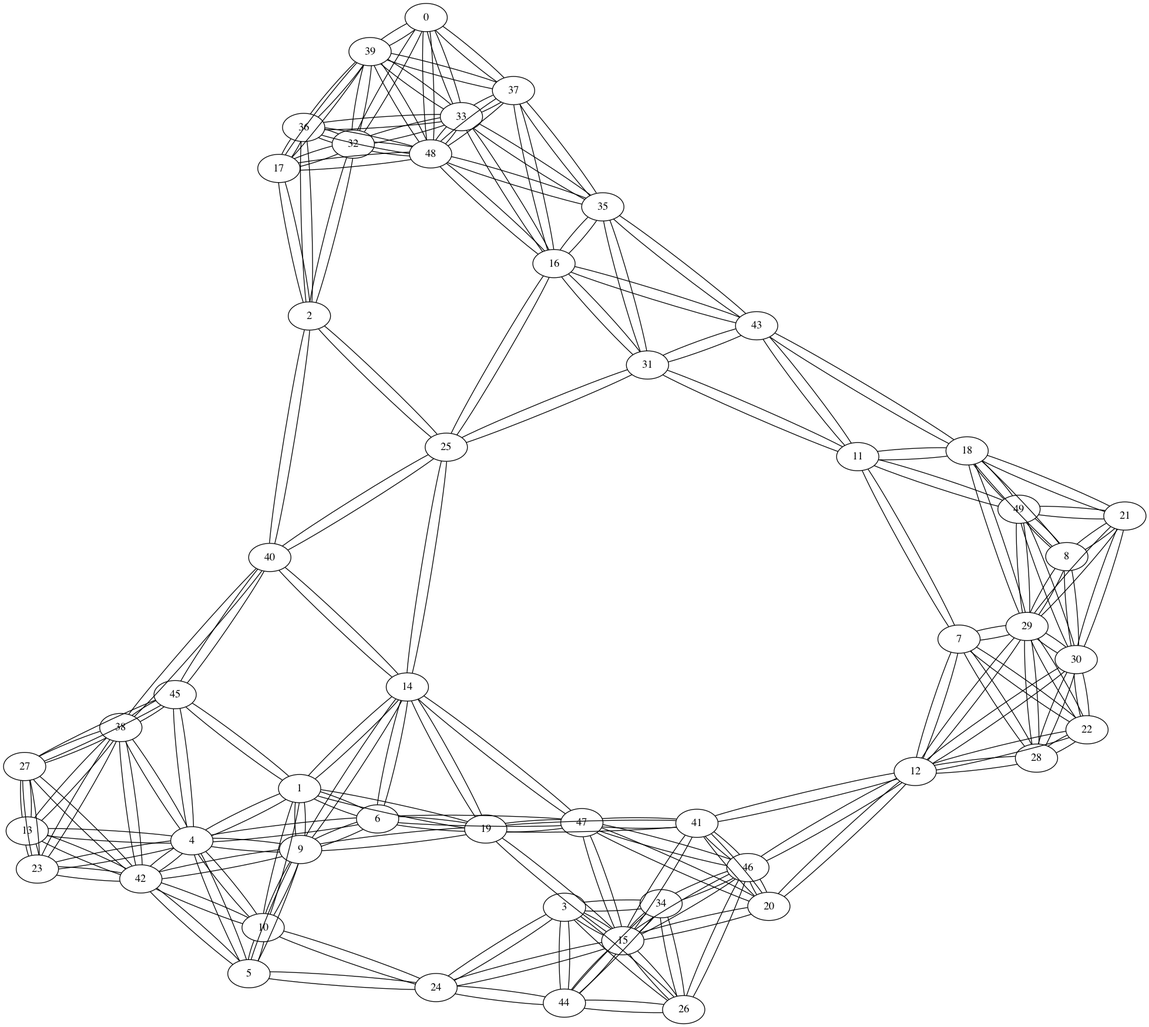
The Graphviz diagram test-output/round-table.gv.png in lucianowayand/Grafos, before a commit. Its source is kept beside it as test-output/round-table.gv. The source it was exported from:
```dot
graph Grafo {
	0 [label=0]
	1 [label=1]
	2 [label=2]
	3 [label=3]
	4 [label=4]
	5 [label=5]
	6 [label=6]
	7 [label=7]
	8 [label=8]
	9 [label=9]
	10 [label=10]
	11 [label=11]
	12 [label=12]
	13 [label=13]
	14 [label=14]
	15 [label=15]
	16 [label=16]
	17 [label=17]
	18 [label=18]
	19 [label=19]
	20 [label=20]
	21 [label=21]
	22 [label=22]
	23 [label=23]
	24 [label=24]
	25 [label=25]
	26 [label=26]
	27 [label=27]
	28 [label=28]
	29 [label=29]
	30 [label=30]
	31 [label=31]
	32 [label=32]
	33 [label=33]
	34 [label=34]
	35 [label=35]
	36 [label=36]
	37 [label=37]
	38 [label=38]
	39 [label=39]
	40 [label=40]
	41 [label=41]
	42 [label=42]
	43 [label=43]
	44 [label=44]
	45 [label=45]
	46 [label=46]
	47 [label=47]
	48 [label=48]
	49 [label=49]
	0 -- 39
	0 -- 33
	0 -- 48
	0 -- 32
	0 -- 37
	1 -- 6
	1 -- 9
	1 -- 14
	1 -- 4
	1 -- 10
	1 -- 19
	1 -- 45
	2 -- 40
	2 -- 17
	2 -- 25
	2 -- 32
	2 -- 36
	3 -- 44
	3 -- 34
	3 -- 15
	3 -- 26
	3 -- 24
	4 -- 1
	4 -- 42
	4 -- 9
	4 -- 10
	4 -- 6
	4 -- 5
	4 -- 13
	4 -- 23
	4 -- 38
	4 -- 45
	5 -- 10
	5 -- 9
	5 -- 4
	5 -- 42
	5 -- 24
	6 -- 1
	6 -- 4
	6 -- 9
	6 -- 14
	6 -- 19
	6 -- 47
	7 -- 22
	7 -- 28
	7 -- 11
	7 -- 29
	7 -- 12
	8 -- 49
	8 -- 30
	8 -- 29
	8 -- 21
	8 -- 18
	9 -- 1
	9 -- 4
	9 -- 5
	9 -- 6
	9 -- 10
	9 -- 14
	9 -- 19
	9 -- 42
	10 -- 1
	10 -- 4
	10 -- 5
	10 -- 9
	10 -- 42
	10 -- 24
	11 -- 7
	11 -- 18
	11 -- 31
	11 -- 43
	11 -- 49
	12 -- 7
	12 -- 28
	12 -- 22
	12 -- 30
	12 -- 29
	12 -- 41
	12 -- 20
	12 -- 46
	13 -- 27
	13 -- 42
	13 -- 4
	13 -- 38
	13 -- 23
	14 -- 1
	14 -- 6
	14 -- 9
	14 -- 19
	14 -- 47
	14 -- 25
	14 -- 40
	15 -- 3
	15 -- 47
	15 -- 20
	15 -- 41
	15 -- 19
	15 -- 46
	15 -- 24
	15 -- 26
	15 -- 34
	15 -- 44
	16 -- 35
	16 -- 31
	16 -- 48
	16 -- 33
	16 -- 25
	16 -- 37
	16 -- 43
	17 -- 2
	17 -- 36
	17 -- 32
	17 -- 39
	17 -- 48
	18 -- 8
	18 -- 11
	18 -- 49
	18 -- 29
	18 -- 21
	18 -- 43
	19 -- 6
	19 -- 14
	19 -- 15
	19 -- 47
	19 -- 1
	19 -- 9
	19 -- 41
	20 -- 15
	20 -- 41
	20 -- 46
	20 -- 47
	20 -- 12
	21 -- 8
	21 -- 18
	21 -- 49
	21 -- 29
	21 -- 30
	22 -- 7
	22 -- 12
	22 -- 28
	22 -- 30
	22 -- 29
	23 -- 13
	23 -- 27
	23 -- 42
	23 -- 38
	23 -- 4
	24 -- 3
	24 -- 5
	24 -- 44
	24 -- 10
	24 -- 15
	25 -- 2
	25 -- 16
	25 -- 40
	25 -- 31
	25 -- 14
	26 -- 3
	26 -- 34
	26 -- 44
	26 -- 46
	26 -- 15
	27 -- 13
	27 -- 23
	27 -- 38
	27 -- 45
	27 -- 42
	28 -- 7
	28 -- 12
	28 -- 22
	28 -- 30
	28 -- 29
	29 -- 7
	29 -- 8
	29 -- 12
	29 -- 18
	29 -- 21
	29 -- 22
	29 -- 28
	29 -- 30
	29 -- 49
	30 -- 8
	30 -- 12
	30 -- 21
	30 -- 22
	30 -- 28
	30 -- 29
	30 -- 49
	31 -- 11
	31 -- 16
	31 -- 25
	31 -- 35
	31 -- 43
	32 -- 0
	32 -- 2
	32 -- 17
	32 -- 36
	32 -- 39
	32 -- 48
	32 -- 33
	33 -- 0
	33 -- 16
	33 -- 32
	33 -- 48
	33 -- 39
	33 -- 37
	33 -- 35
	33 -- 36
	34 -- 3
	34 -- 26
	34 -- 44
	34 -- 46
	34 -- 15
	35 -- 16
	35 -- 31
	35 -- 43
	35 -- 33
	35 -- 48
	35 -- 37
	36 -- 2
	36 -- 17
	36 -- 32
	36 -- 39
	36 -- 48
	36 -- 33
	37 -- 0
	37 -- 33
	37 -- 39
	37 -- 48
	37 -- 35
	37 -- 16
	38 -- 13
	38 -- 23
	38 -- 27
	38 -- 45
	38 -- 4
	38 -- 42
	38 -- 40
	39 -- 0
	39 -- 17
	39 -- 32
	39 -- 33
	39 -- 36
	39 -- 37
	39 -- 48
	40 -- 2
	40 -- 25
	40 -- 45
	40 -- 38
	40 -- 14
	41 -- 12
	41 -- 15
	41 -- 20
	41 -- 46
	41 -- 47
	41 -- 19
	42 -- 4
	42 -- 5
	42 -- 10
	42 -- 13
	42 -- 23
	42 -- 27
	42 -- 38
	42 -- 9
	43 -- 11
	43 -- 31
	43 -- 35
	43 -- 16
	43 -- 18
	44 -- 3
	44 -- 24
	44 -- 26
	44 -- 34
	44 -- 15
	45 -- 27
	45 -- 38
	45 -- 40
	45 -- 4
	45 -- 1
	46 -- 15
	46 -- 20
	46 -- 26
	46 -- 34
	46 -- 41
	46 -- 12
	46 -- 47
	47 -- 14
	47 -- 15
	47 -- 19
	47 -- 20
	47 -- 41
	47 -- 46
	47 -- 6
	48 -- 0
	48 -- 16
	48 -- 17
	48 -- 32
	48 -- 33
	48 -- 35
	48 -- 36
	48 -- 37
	48 -- 39
	49 -- 8
	49 -- 11
	49 -- 18
	49 -- 21
	49 -- 29
	49 -- 30
}
```
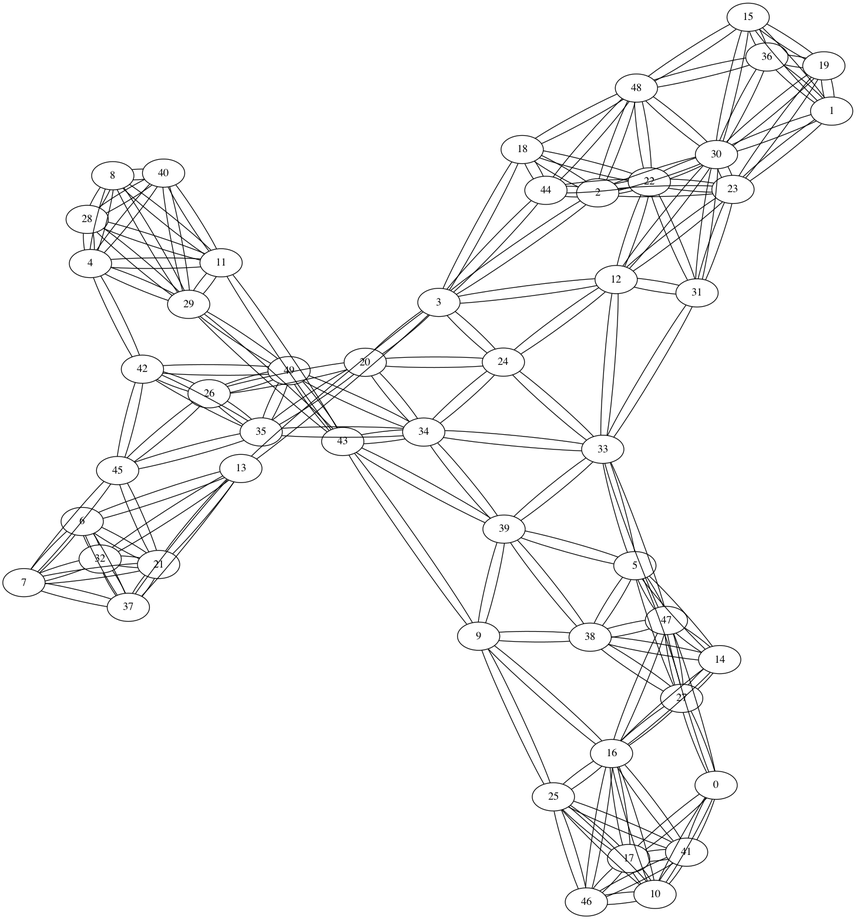
After the commit.

The edit, as a diff of the source:
```diff
@@ -49,312 +49,298 @@
 	47 [label=47]
 	48 [label=48]
 	49 [label=49]
-	0 -- 39
-	0 -- 33
-	0 -- 48
-	0 -- 32
-	0 -- 37
-	1 -- 6
-	1 -- 9
-	1 -- 14
-	1 -- 4
-	1 -- 10
+	0 -- 17
+	0 -- 27
+	0 -- 41
+	0 -- 10
+	0 -- 47
 	1 -- 19
-	1 -- 45
-	2 -- 40
-	2 -- 17
-	2 -- 25
-	2 -- 32
-	2 -- 36
+	1 -- 15
+	1 -- 36
+	1 -- 30
+	1 -- 23
+	2 -- 18
+	2 -- 44
+	2 -- 48
+	2 -- 22
+	2 -- 3
+	2 -- 23
+	2 -- 30
+	3 -- 2
+	3 -- 24
+	3 -- 12
 	3 -- 44
-	3 -- 34
-	3 -- 15
-	3 -- 26
-	3 -- 24
-	4 -- 1
+	3 -- 20
+	3 -- 13
+	3 -- 18
+	4 -- 29
 	4 -- 42
-	4 -- 9
-	4 -- 10
-	4 -- 6
-	4 -- 5
-	4 -- 13
-	4 -- 23
-	4 -- 38
-	4 -- 45
-	5 -- 10
-	5 -- 9
-	5 -- 4
-	5 -- 42
-	5 -- 24
-	6 -- 1
-	6 -- 4
-	6 -- 9
-	6 -- 14
-	6 -- 19
-	6 -- 47
-	7 -- 22
-	7 -- 28
-	7 -- 11
-	7 -- 29
-	7 -- 12
-	8 -- 49
-	8 -- 30
+	4 -- 11
+	4 -- 40
+	4 -- 8
+	4 -- 28
+	5 -- 33
+	5 -- 47
+	5 -- 14
+	5 -- 27
+	5 -- 39
+	5 -- 38
+	6 -- 21
+	6 -- 7
+	6 -- 32
+	6 -- 37
+	6 -- 13
+	7 -- 6
+	7 -- 21
+	7 -- 32
+	7 -- 37
+	7 -- 45
+	8 -- 4
+	8 -- 28
+	8 -- 40
+	8 -- 11
 	8 -- 29
-	8 -- 21
-	8 -- 18
-	9 -- 1
-	9 -- 4
-	9 -- 5
-	9 -- 6
-	9 -- 10
-	9 -- 14
-	9 -- 19
-	9 -- 42
-	10 -- 1
-	10 -- 4
-	10 -- 5
-	10 -- 9
-	10 -- 42
-	10 -- 24
-	11 -- 7
-	11 -- 18
-	11 -- 31
+	9 -- 25
+	9 -- 38
+	9 -- 16
+	9 -- 43
+	9 -- 39
+	10 -- 0
+	10 -- 41
+	10 -- 16
+	10 -- 17
+	10 -- 25
+	10 -- 46
+	11 -- 4
+	11 -- 8
+	11 -- 29
+	11 -- 40
+	11 -- 28
 	11 -- 43
-	11 -- 49
-	12 -- 7
-	12 -- 28
+	12 -- 3
 	12 -- 22
+	12 -- 23
+	12 -- 24
 	12 -- 30
-	12 -- 29
-	12 -- 41
-	12 -- 20
-	12 -- 46
-	13 -- 27
-	13 -- 42
-	13 -- 4
-	13 -- 38
-	13 -- 23
-	14 -- 1
-	14 -- 6
-	14 -- 9
-	14 -- 19
+	12 -- 31
+	12 -- 33
+	13 -- 6
+	13 -- 37
+	13 -- 3
+	13 -- 21
+	13 -- 32
+	14 -- 5
 	14 -- 47
-	14 -- 25
-	14 -- 40
-	15 -- 3
-	15 -- 47
-	15 -- 20
-	15 -- 41
+	14 -- 27
+	14 -- 38
+	14 -- 16
+	15 -- 1
 	15 -- 19
-	15 -- 46
-	15 -- 24
-	15 -- 26
-	15 -- 34
-	15 -- 44
-	16 -- 35
-	16 -- 31
-	16 -- 48
-	16 -- 33
+	15 -- 36
+	15 -- 30
+	15 -- 48
+	16 -- 9
+	16 -- 10
+	16 -- 14
 	16 -- 25
-	16 -- 37
-	16 -- 43
-	17 -- 2
-	17 -- 36
-	17 -- 32
-	17 -- 39
-	17 -- 48
-	18 -- 8
-	18 -- 11
-	18 -- 49
-	18 -- 29
-	18 -- 21
-	18 -- 43
-	19 -- 6
-	19 -- 14
+	16 -- 41
+	16 -- 47
+	16 -- 17
+	16 -- 27
+	16 -- 46
+	17 -- 0
+	17 -- 10
+	17 -- 41
+	17 -- 46
+	17 -- 16
+	17 -- 25
+	18 -- 2
+	18 -- 44
+	18 -- 48
+	18 -- 3
+	18 -- 22
+	19 -- 1
 	19 -- 15
-	19 -- 47
-	19 -- 1
-	19 -- 9
-	19 -- 41
-	20 -- 15
-	20 -- 41
-	20 -- 46
-	20 -- 47
-	20 -- 12
-	21 -- 8
-	21 -- 18
-	21 -- 49
-	21 -- 29
-	21 -- 30
-	22 -- 7
+	19 -- 36
+	19 -- 30
+	19 -- 23
+	20 -- 3
+	20 -- 24
+	20 -- 34
+	20 -- 35
+	20 -- 26
+	21 -- 6
+	21 -- 7
+	21 -- 13
+	21 -- 37
+	21 -- 45
+	21 -- 32
+	22 -- 2
 	22 -- 12
-	22 -- 28
+	22 -- 18
+	22 -- 23
 	22 -- 30
-	22 -- 29
-	23 -- 13
-	23 -- 27
-	23 -- 42
-	23 -- 38
-	23 -- 4
+	22 -- 31
+	22 -- 44
+	22 -- 48
+	23 -- 1
+	23 -- 12
+	23 -- 19
+	23 -- 22
+	23 -- 30
+	23 -- 31
+	23 -- 2
 	24 -- 3
-	24 -- 5
-	24 -- 44
-	24 -- 10
-	24 -- 15
-	25 -- 2
+	24 -- 12
+	24 -- 20
+	24 -- 34
+	24 -- 33
+	25 -- 9
+	25 -- 10
 	25 -- 16
-	25 -- 40
-	25 -- 31
-	25 -- 14
-	26 -- 3
-	26 -- 34
-	26 -- 44
-	26 -- 46
-	26 -- 15
-	27 -- 13
-	27 -- 23
+	25 -- 17
+	25 -- 41
+	25 -- 46
+	26 -- 20
+	26 -- 35
+	26 -- 49
+	26 -- 42
+	26 -- 45
+	27 -- 0
+	27 -- 5
+	27 -- 14
+	27 -- 47
 	27 -- 38
-	27 -- 45
-	27 -- 42
-	28 -- 7
-	28 -- 12
-	28 -- 22
-	28 -- 30
+	27 -- 16
+	28 -- 8
+	28 -- 11
+	28 -- 40
 	28 -- 29
-	29 -- 7
+	28 -- 4
+	29 -- 4
 	29 -- 8
-	29 -- 12
-	29 -- 18
-	29 -- 21
-	29 -- 22
+	29 -- 11
 	29 -- 28
-	29 -- 30
 	29 -- 49
-	30 -- 8
+	29 -- 40
+	29 -- 43
+	30 -- 1
 	30 -- 12
-	30 -- 21
+	30 -- 15
+	30 -- 19
 	30 -- 22
-	30 -- 28
-	30 -- 29
-	30 -- 49
-	31 -- 11
-	31 -- 16
-	31 -- 25
-	31 -- 35
-	31 -- 43
-	32 -- 0
-	32 -- 2
-	32 -- 17
-	32 -- 36
-	32 -- 39
-	32 -- 48
-	32 -- 33
-	33 -- 0
-	33 -- 16
-	33 -- 32
-	33 -- 48
+	30 -- 23
+	30 -- 31
+	30 -- 2
+	30 -- 36
+	30 -- 48
+	31 -- 22
+	31 -- 23
+	31 -- 30
+	31 -- 12
+	31 -- 33
+	32 -- 6
+	32 -- 7
+	32 -- 13
+	32 -- 21
+	32 -- 37
+	33 -- 5
+	33 -- 24
+	33 -- 31
+	33 -- 34
+	33 -- 12
+	33 -- 47
 	33 -- 39
-	33 -- 37
-	33 -- 35
-	33 -- 36
-	34 -- 3
-	34 -- 26
-	34 -- 44
-	34 -- 46
-	34 -- 15
-	35 -- 16
-	35 -- 31
-	35 -- 43
-	35 -- 33
-	35 -- 48
-	35 -- 37
-	36 -- 2
-	36 -- 17
-	36 -- 32
-	36 -- 39
+	34 -- 20
+	34 -- 24
+	34 -- 33
+	34 -- 39
+	34 -- 49
+	34 -- 35
+	34 -- 43
+	35 -- 20
+	35 -- 26
+	35 -- 49
+	35 -- 45
+	35 -- 34
+	35 -- 42
+	36 -- 1
+	36 -- 15
+	36 -- 19
 	36 -- 48
-	36 -- 33
-	37 -- 0
-	37 -- 33
-	37 -- 39
-	37 -- 48
-	37 -- 35
-	37 -- 16
-	38 -- 13
-	38 -- 23
+	36 -- 30
+	37 -- 6
+	37 -- 7
+	37 -- 13
+	37 -- 21
+	37 -- 32
+	38 -- 9
+	38 -- 14
 	38 -- 27
-	38 -- 45
-	38 -- 4
-	38 -- 42
-	38 -- 40
-	39 -- 0
-	39 -- 17
-	39 -- 32
+	38 -- 47
+	38 -- 39
+	38 -- 5
+	39 -- 5
+	39 -- 9
+	39 -- 34
+	39 -- 38
+	39 -- 43
 	39 -- 33
-	39 -- 36
-	39 -- 37
-	39 -- 48
-	40 -- 2
-	40 -- 25
-	40 -- 45
-	40 -- 38
-	40 -- 14
-	41 -- 12
-	41 -- 15
-	41 -- 20
+	40 -- 4
+	40 -- 8
+	40 -- 11
+	40 -- 28
+	40 -- 29
+	41 -- 0
+	41 -- 10
+	41 -- 16
+	41 -- 17
+	41 -- 25
 	41 -- 46
-	41 -- 47
-	41 -- 19
 	42 -- 4
-	42 -- 5
-	42 -- 10
-	42 -- 13
-	42 -- 23
-	42 -- 27
-	42 -- 38
-	42 -- 9
+	42 -- 26
+	42 -- 45
+	42 -- 35
+	42 -- 49
+	43 -- 9
+	43 -- 39
+	43 -- 49
+	43 -- 34
+	43 -- 29
 	43 -- 11
-	43 -- 31
-	43 -- 35
-	43 -- 16
-	43 -- 18
+	44 -- 2
 	44 -- 3
-	44 -- 24
-	44 -- 26
-	44 -- 34
-	44 -- 15
-	45 -- 27
-	45 -- 38
-	45 -- 40
-	45 -- 4
-	45 -- 1
-	46 -- 15
-	46 -- 20
-	46 -- 26
-	46 -- 34
+	44 -- 18
+	44 -- 48
+	44 -- 22
+	45 -- 7
+	45 -- 21
+	45 -- 26
+	45 -- 35
+	45 -- 42
+	46 -- 10
+	46 -- 17
+	46 -- 25
 	46 -- 41
-	46 -- 12
-	46 -- 47
+	46 -- 16
+	47 -- 0
+	47 -- 5
 	47 -- 14
-	47 -- 15
-	47 -- 19
-	47 -- 20
-	47 -- 41
-	47 -- 46
-	47 -- 6
-	48 -- 0
-	48 -- 16
-	48 -- 17
-	48 -- 32
-	48 -- 33
-	48 -- 35
+	47 -- 16
+	47 -- 27
+	47 -- 33
+	47 -- 38
+	48 -- 2
+	48 -- 15
+	48 -- 18
 	48 -- 36
-	48 -- 37
-	48 -- 39
-	49 -- 8
-	49 -- 11
-	49 -- 18
-	49 -- 21
+	48 -- 44
+	48 -- 22
+	48 -- 30
+	49 -- 26
 	49 -- 29
-	49 -- 30
+	49 -- 34
+	49 -- 35
+	49 -- 42
+	49 -- 43
 }
```
